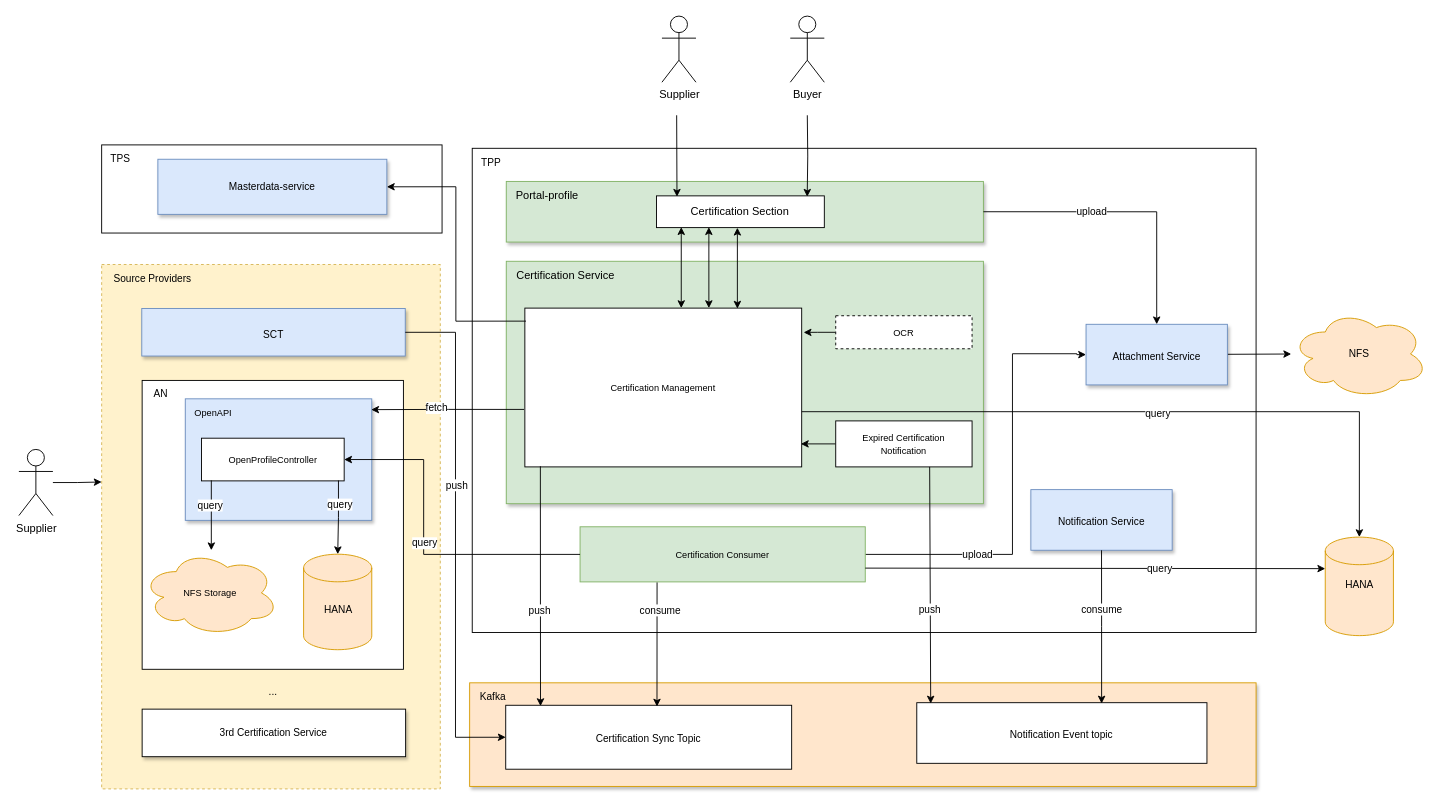
The draw.io diagram page "Block - new" (5 of 26) of certificationService.er.drawio in huangshijie/Drawio, before the edit. Source tidied: cells renumbered, new cells numbered last; positions are measured from the earlier drawing's top-left corner, leaving out a move shared by most shapes. Both pictures are drawn from the tidied source at 92%, with x=0, y=0 at pixel (18, 16). Pictures stored in the file or linked from it are replaced by grey dashed boxes.
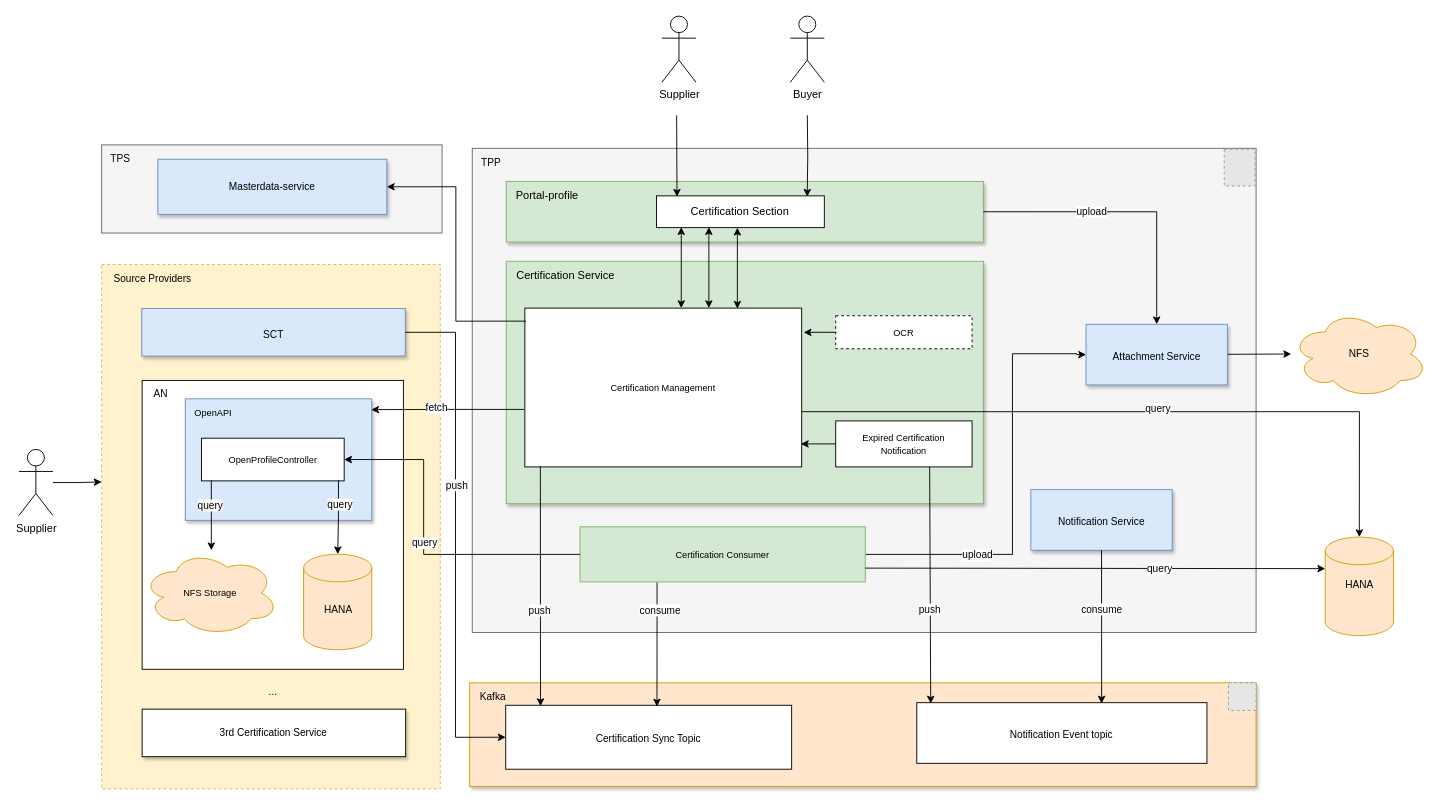
After the change.

Unchanged cells that the change refers to:
```xml
<mxCell id="2" style="group;" parent="1" vertex="1">
  <mxGeometry width="1531.1" height="840" as="geometry" />
</mxCell>
<mxCell id="23" style="rounded=0;jettySize=auto;html=1;fontFamily=Helvetica;entryX=0.5;entryY=0;entryDx=0;entryDy=0;entryPerimeter=0;edgeStyle=orthogonalEdgeStyle;" parent="2" edge="1" target="49">
  <mxGeometry relative="1" as="geometry">
    <mxPoint x="851" y="430" as="sourcePoint" />
    <Array as="points">
      <mxPoint x="851" y="430" />
      <mxPoint x="1457" y="430" />
    </Array>
  </mxGeometry>
</mxCell>
```

The edit, as a diff of the source:
```diff
@@
-    <mxCell id="4" style="rounded=0;whiteSpace=wrap;html=1;" parent="2" vertex="1">
+    <mxCell id="4" style="rounded=0;whiteSpace=wrap;html=1;fillColor=#f5f5f5;fontColor=#333333;strokeColor=#666666;" parent="2" vertex="1">
       <mxGeometry x="492.8" y="143.7" width="852" height="526.3" as="geometry" />
     </mxCell>
@@
     <mxCell id="24" value="query" style="edgeLabel;html=1;align=center;verticalAlign=middle;" parent="23" vertex="1">
       <mxGeometry x="0.49" y="-2" relative="1" as="geometry">
-        <mxPoint x="-167" y="-1" as="offset" />
+        <mxPoint x="-167" y="-6" as="offset" />
       </mxGeometry>
     </mxCell>
@@
-    <mxCell id="51" style="rounded=0;whiteSpace=wrap;html=1;shadow=0;glass=0;labelBackgroundColor=#000000;sketch=0;strokeColor=#000000;fontFamily=Helvetica;fontSize=11;fillColor=default;gradientColor=none;" parent="2" vertex="1">
+    <mxCell id="51" style="rounded=0;whiteSpace=wrap;html=1;shadow=0;glass=0;labelBackgroundColor=#000000;sketch=0;strokeColor=#666666;fontFamily=Helvetica;fontSize=11;fillColor=#f5f5f5;fontColor=#333333;" parent="2" vertex="1">
       <mxGeometry x="90" y="140" width="370" height="95.8" as="geometry" />
     </mxCell>
@@
+    <mxCell id="79" style="fillColor=#E6E6E6;strokeColor=#999999;dashed=1;verticalLabelPosition=bottom;labelBackgroundColor=default;verticalAlign=top;" parent="2" vertex="1">
+      <mxGeometry x="1310.2" y="144.7" width="33.6" height="40" as="geometry" />
+    </mxCell>
+    <mxCell id="80" style="fillColor=#E6E6E6;strokeColor=#999999;dashed=1;verticalLabelPosition=bottom;labelBackgroundColor=default;verticalAlign=top;" parent="2" vertex="1">
+      <mxGeometry x="1314.8" y="724.7" width="30" height="30" as="geometry" />
+    </mxCell>
```
